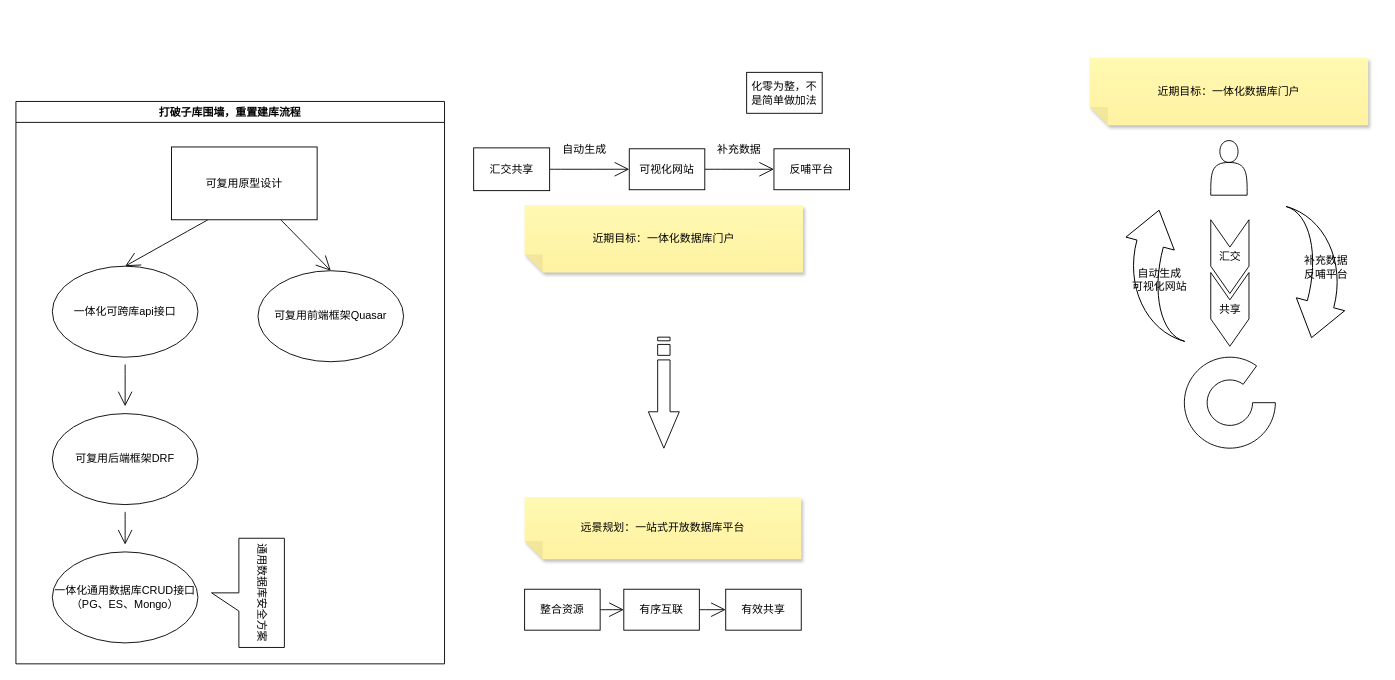
Earlier version of the draw.io diagram Untitled Diagram.drawio (horizon365/LiveWithPython). Source tidied: cells renumbered, new cells numbered last; positions are measured from the earlier drawing's top-left corner, leaving out a move shared by most shapes. Both pictures are drawn from the tidied source at 91%, with x=0, y=0 at pixel (15, 57).
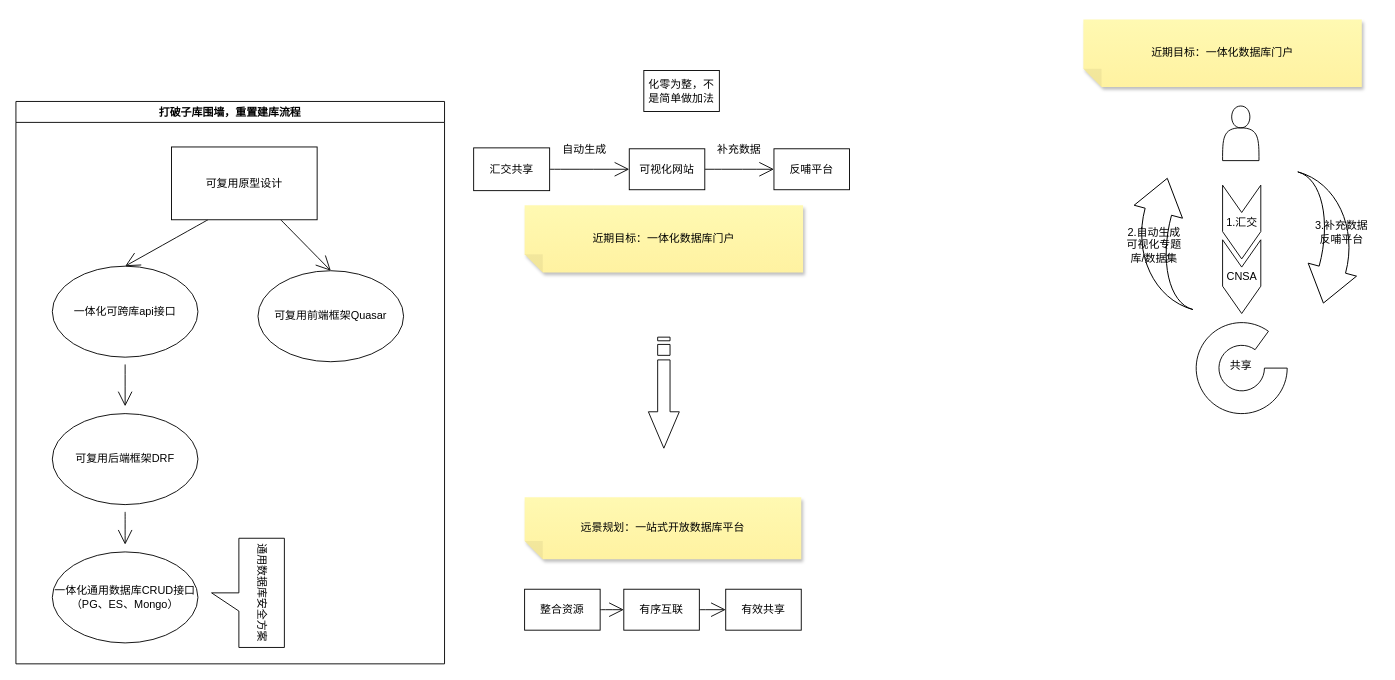
After the change.

Diff of the diagram source:
```diff
@@
     <mxCell id="27" value="化零为整，不是简单做加法" style="rounded=0;whiteSpace=wrap;html=1;hachureGap=4;" parent="1" vertex="1">
-      <mxGeometry x="803" y="16" width="83" height="45" as="geometry" />
+      <mxGeometry x="690" y="14" width="83" height="45" as="geometry" />
     </mxCell>
@@
     <mxCell id="29" style="shape=actor;whiteSpace=wrap;html=1;hachureGap=4;" parent="1" vertex="1">
-      <mxGeometry x="1313" y="91" width="40" height="60" as="geometry" />
+      <mxGeometry x="1326" y="53" width="40" height="60" as="geometry" />
     </mxCell>
     <mxCell id="30" style="verticalLabelPosition=bottom;verticalAlign=top;html=1;shape=mxgraph.basic.partConcEllipse;startAngle=0.25;endAngle=0.1;arcWidth=0.5;hachureGap=4;" parent="1" vertex="1">
-      <mxGeometry x="1284" y="329" width="100" height="100" as="geometry" />
+      <mxGeometry x="1297" y="291" width="100" height="100" as="geometry" />
     </mxCell>
     <mxCell id="31" style="html=1;shadow=0;dashed=0;align=center;verticalAlign=middle;shape=mxgraph.arrows2.jumpInArrow;dy=15;dx=38;arrowHead=55;hachureGap=4;rotation=105;direction=east;" parent="1" vertex="1">
-      <mxGeometry x="1357" y="193" width="132" height="92" as="geometry" />
+      <mxGeometry x="1370" y="155" width="132" height="92" as="geometry" />
     </mxCell>
     <mxCell id="32" style="html=1;shadow=0;dashed=0;align=center;verticalAlign=middle;shape=mxgraph.arrows2.jumpInArrow;dy=15;dx=38;arrowHead=55;hachureGap=4;rotation=105;direction=west;" parent="1" vertex="1">
-      <mxGeometry x="1191" y="190" width="132" height="92" as="geometry" />
+      <mxGeometry x="1200" y="155" width="132" height="92" as="geometry" />
     </mxCell>
-    <mxCell id="33" value="补充数据&lt;br&gt;&lt;div&gt;反哺平台&lt;/div&gt;" style="text;strokeColor=none;fillColor=none;html=1;align=center;verticalAlign=middle;whiteSpace=wrap;rounded=0;hachureGap=4;" parent="1" vertex="1">
-      <mxGeometry x="1410" y="215" width="60" height="30" as="geometry" />
+    <mxCell id="33" value="3.补充数据&lt;br&gt;&lt;div&gt;反哺平台&lt;/div&gt;" style="text;strokeColor=none;fillColor=none;html=1;align=center;verticalAlign=middle;whiteSpace=wrap;rounded=0;hachureGap=4;" parent="1" vertex="1">
+      <mxGeometry x="1423" y="177" width="68" height="30" as="geometry" />
     </mxCell>
-    <mxCell id="34" value="自动生成&lt;br&gt;&lt;div&gt;可视化网站&lt;/div&gt;" style="text;strokeColor=none;fillColor=none;html=1;align=center;verticalAlign=middle;whiteSpace=wrap;rounded=0;hachureGap=4;" parent="1" vertex="1">
-      <mxGeometry x="1219" y="229" width="76" height="30" as="geometry" />
+    <mxCell id="34" value="2.自动生成&lt;br&gt;&lt;div&gt;可视化专题库/数据集&lt;/div&gt;" style="text;strokeColor=none;fillColor=none;html=1;align=center;verticalAlign=middle;whiteSpace=wrap;rounded=0;hachureGap=4;" parent="1" vertex="1">
+      <mxGeometry x="1213" y="191" width="76" height="30" as="geometry" />
     </mxCell>
-    <mxCell id="35" value="汇交" style="html=1;shadow=0;dashed=0;align=center;verticalAlign=middle;shape=mxgraph.arrows2.arrow;dy=0;dx=30;notch=30;hachureGap=4;direction=south;" parent="1" vertex="1">
-      <mxGeometry x="1313" y="178" width="42" height="81" as="geometry" />
+    <mxCell id="35" value="1.汇交" style="html=1;shadow=0;dashed=0;align=center;verticalAlign=middle;shape=mxgraph.arrows2.arrow;dy=0;dx=30;notch=30;hachureGap=4;direction=south;" parent="1" vertex="1">
+      <mxGeometry x="1326" y="140" width="42" height="81" as="geometry" />
     </mxCell>
-    <mxCell id="36" value="共享" style="html=1;shadow=0;dashed=0;align=center;verticalAlign=middle;shape=mxgraph.arrows2.arrow;dy=0;dx=30;notch=30;hachureGap=4;direction=south;" parent="1" vertex="1">
-      <mxGeometry x="1313" y="236" width="42" height="81" as="geometry" />
+    <mxCell id="36" value="CNSA" style="html=1;shadow=0;dashed=0;align=center;verticalAlign=middle;shape=mxgraph.arrows2.arrow;dy=0;dx=30;notch=30;hachureGap=4;direction=south;" parent="1" vertex="1">
+      <mxGeometry x="1326" y="200" width="42" height="81" as="geometry" />
     </mxCell>
     <mxCell id="37" value="近期目标：一体化数据库门户" style="shape=note;whiteSpace=wrap;html=1;backgroundOutline=1;fontColor=#000000;darkOpacity=0.05;fillColor=#FFF9B2;strokeColor=none;fillStyle=solid;direction=west;gradientDirection=north;gradientColor=#FFF2A1;shadow=1;size=20;hachureGap=4;" parent="1" vertex="1">
-      <mxGeometry x="1180" width="306" height="74" as="geometry" />
+      <mxGeometry x="1173" y="-42" width="306" height="74" as="geometry" />
     </mxCell>
+    <mxCell id="38" value="共享" style="text;html=1;align=center;verticalAlign=middle;strokeColor=none;fillColor=none;hachureGap=4;" parent="1" vertex="1">
+      <mxGeometry x="1329" y="330" width="34" height="18" as="geometry" />
+    </mxCell>
```
